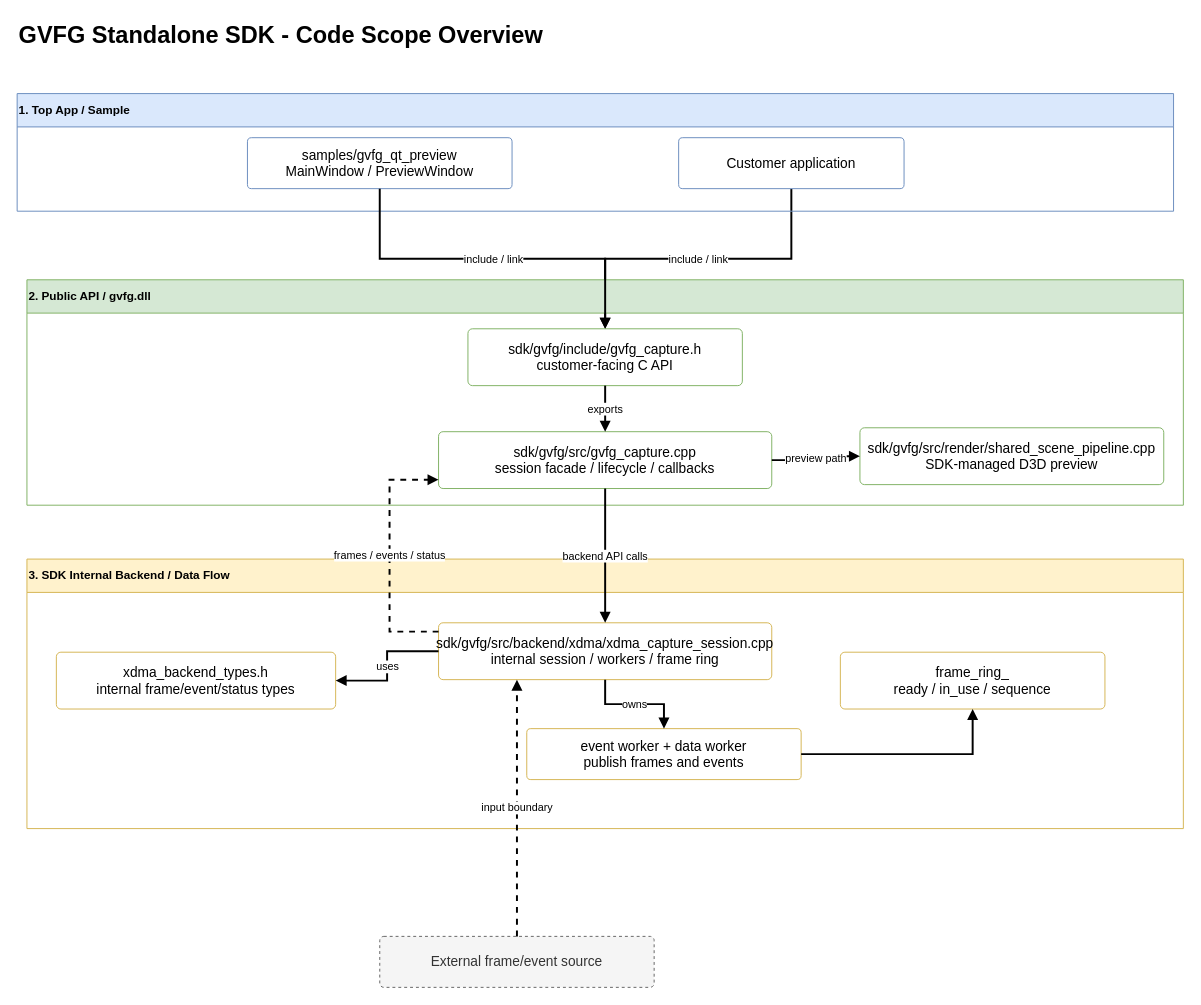
MarquezLin/GVFG_Standalone keeps this draw.io diagram as docs/GVFG_ARCHITECTURE_OVERVIEW.drawio. Above is the earlier version. Source tidied: cells renumbered, new cells numbered last; positions are measured from the earlier drawing's top-left corner, leaving out a move shared by most shapes. Both pictures are drawn from the tidied source at 98%, with x=0, y=0 at pixel (17, 17).
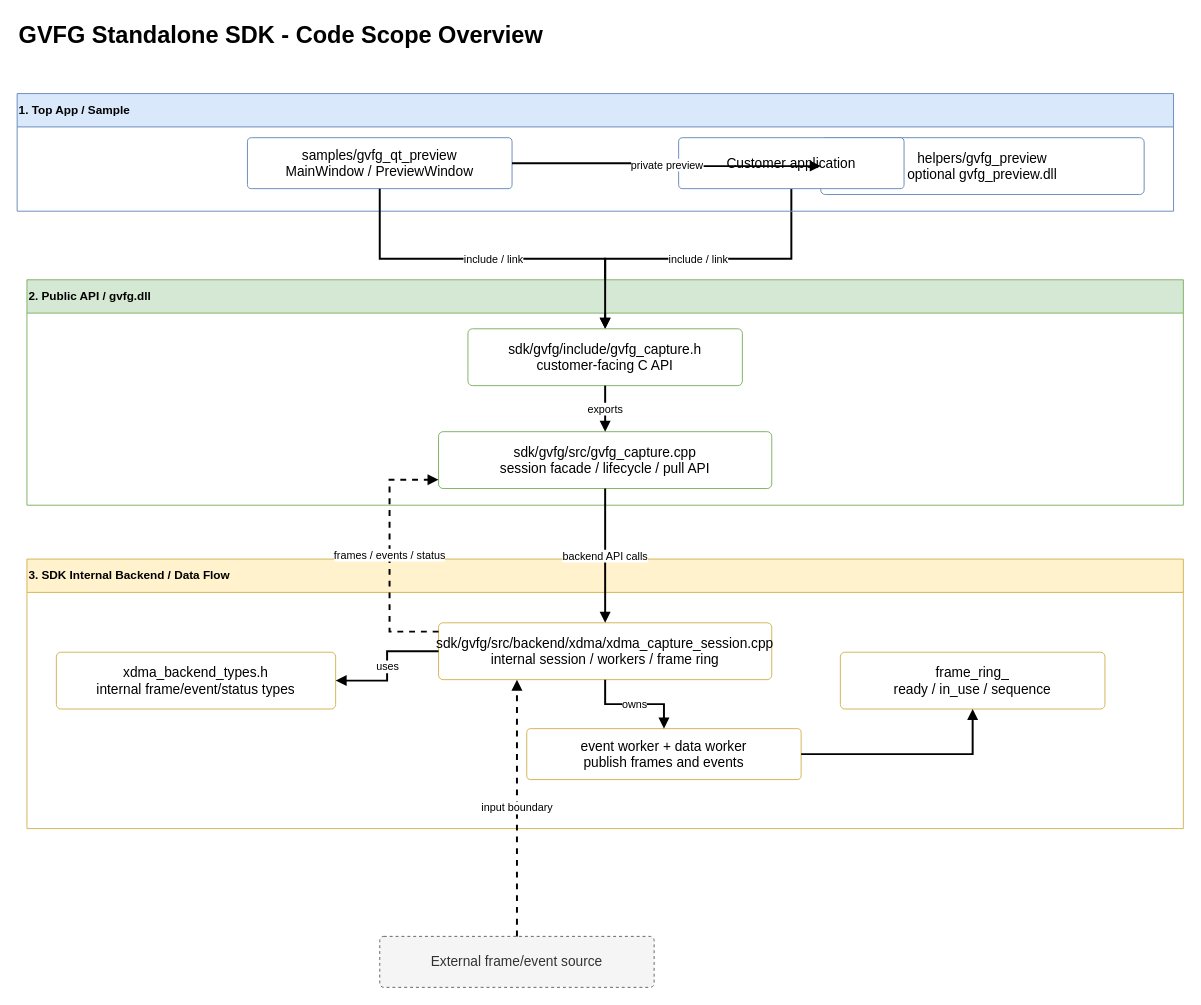
The same page after the edit.

Unchanged cells that the change refers to:
```xml
<mxCell id="4" value="1. Top App / Sample" style="swimlane;html=1;startSize=34;horizontal=1;fillColor=#dae8fc;strokeColor=#6c8ebf;fontStyle=1;align=left;" parent="1" vertex="1">
  <mxGeometry y="78" width="1180" height="120" as="geometry" />
</mxCell>
<mxCell id="5" value="2. Public API / gvfg.dll" style="swimlane;html=1;startSize=34;horizontal=1;fillColor=#d5e8d4;strokeColor=#82b366;fontStyle=1;align=left;" parent="1" vertex="1">
  <mxGeometry x="10" y="268" width="1180" height="230" as="geometry" />
</mxCell>
<mxCell id="14" value="samples/gvfg_qt_preview&lt;br&gt;MainWindow / PreviewWindow" style="rounded=1;whiteSpace=wrap;html=1;arcSize=8;fillColor=#ffffff;strokeColor=#6c8ebf;fontSize=14;" parent="1" vertex="1">
  <mxGeometry x="235" y="123" width="270" height="52" as="geometry" />
</mxCell>
```

Diff of the diagram source:
```diff
@@
-    <mxCell id="6" value="sdk/gvfg/src/render/shared_scene_pipeline.cpp&lt;br&gt;SDK-managed D3D preview" style="rounded=1;whiteSpace=wrap;html=1;arcSize=8;fillColor=#ffffff;strokeColor=#82b366;fontSize=14;" parent="5" vertex="1">
-      <mxGeometry x="850" y="151" width="310" height="58" as="geometry" />
+    <mxCell id="6" value="helpers/gvfg_preview&lt;br&gt;optional gvfg_preview.dll" style="rounded=1;whiteSpace=wrap;html=1;arcSize=8;fillColor=#ffffff;strokeColor=#6c8ebf;fontSize=14;" parent="4" vertex="1">
+      <mxGeometry x="820" y="45" width="330" height="58" as="geometry" />
     </mxCell>
@@
-    <mxCell id="16" value="sdk/gvfg/src/gvfg_capture.cpp&lt;br&gt;session facade / lifecycle / callbacks" style="rounded=1;whiteSpace=wrap;html=1;arcSize=8;fillColor=#ffffff;strokeColor=#82b366;fontSize=14;" parent="1" vertex="1">
+    <mxCell id="16" value="sdk/gvfg/src/gvfg_capture.cpp&lt;br&gt;session facade / lifecycle / pull API" style="rounded=1;whiteSpace=wrap;html=1;arcSize=8;fillColor=#ffffff;strokeColor=#82b366;fontSize=14;" parent="1" vertex="1">
       <mxGeometry x="430" y="423" width="340" height="58" as="geometry" />
     </mxCell>
@@
-    <mxCell id="21" value="preview path" style="edgeStyle=orthogonalEdgeStyle;rounded=0;jettySize=auto;html=1;endArrow=block;strokeWidth=2;" parent="1" edge="1" source="16" target="6">
+    <mxCell id="21" value="private preview" style="edgeStyle=orthogonalEdgeStyle;rounded=0;jettySize=auto;html=1;endArrow=block;strokeWidth=2;" parent="1" edge="1" source="14" target="6">
       <mxGeometry relative="1" as="geometry" />
     </mxCell>
```
